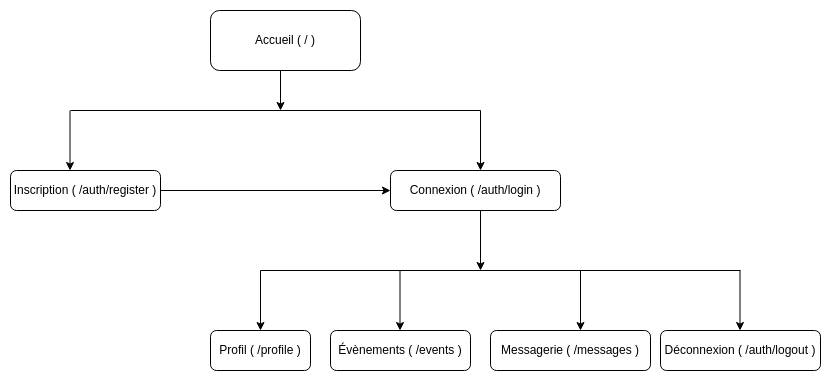
Before: conception/diagrams/routes_tree.png, a diagram exported from draw.io (LunaireFlare/orizon). Source tidied: cells renumbered, new cells last; positions are measured from the earlier drawing's top-left corner, leaving out a move shared by most shapes. Its diagram source:
```xml
<mxGraphModel background="#FFFFFF">
  <root>
    <mxCell id="0" />
    <mxCell id="1" parent="0" />
    <mxCell id="2" value="Accueil ( / )" style="rounded=1;whiteSpace=wrap;html=1;" parent="1" vertex="1">
      <mxGeometry x="200" width="150" height="60" as="geometry" />
    </mxCell>
    <mxCell id="3" style="endArrow=classic;html=1;rounded=0;exitX=0.5;exitY=1;exitDx=0;exitDy=0;" parent="1" edge="1">
      <mxGeometry relative="1" as="geometry">
        <mxPoint x="270" y="60" as="sourcePoint" />
        <mxPoint x="270" y="100" as="targetPoint" />
      </mxGeometry>
    </mxCell>
    <mxCell id="4" style="endArrow=none;html=1;rounded=0;" parent="1" edge="1">
      <mxGeometry relative="1" as="geometry">
        <mxPoint x="60" y="100" as="sourcePoint" />
        <mxPoint x="470" y="100" as="targetPoint" />
      </mxGeometry>
    </mxCell>
    <mxCell id="5" style="endArrow=classic;html=1;rounded=0;" parent="1" edge="1">
      <mxGeometry relative="1" as="geometry">
        <mxPoint x="59.5" y="100" as="sourcePoint" />
        <mxPoint x="59.5" y="160" as="targetPoint" />
      </mxGeometry>
    </mxCell>
    <mxCell id="6" style="endArrow=classic;html=1;rounded=0;" parent="1" edge="1">
      <mxGeometry relative="1" as="geometry">
        <mxPoint x="470" y="100" as="sourcePoint" />
        <mxPoint x="470" y="160" as="targetPoint" />
      </mxGeometry>
    </mxCell>
    <mxCell id="7" style="endArrow=classic;html=1;rounded=0;" parent="1" edge="1">
      <mxGeometry relative="1" as="geometry">
        <mxPoint x="570" y="260" as="sourcePoint" />
        <mxPoint x="570" y="320" as="targetPoint" />
      </mxGeometry>
    </mxCell>
    <mxCell id="8" value="Profil ( /profile )" style="rounded=1;whiteSpace=wrap;html=1;" parent="1" vertex="1">
      <mxGeometry x="200" y="320" width="100" height="40" as="geometry" />
    </mxCell>
    <mxCell id="9" value="Évènements ( /events )" style="rounded=1;whiteSpace=wrap;html=1;" parent="1" vertex="1">
      <mxGeometry x="320" y="320" width="140" height="40" as="geometry" />
    </mxCell>
    <mxCell id="10" value="Messagerie ( /messages )" style="rounded=1;whiteSpace=wrap;html=1;" parent="1" vertex="1">
      <mxGeometry x="480" y="320" width="160" height="40" as="geometry" />
    </mxCell>
    <mxCell id="11" style="endArrow=classic;html=1;rounded=0;" parent="1" edge="1">
      <mxGeometry relative="1" as="geometry">
        <mxPoint x="470" y="200" as="sourcePoint" />
        <mxPoint x="470" y="260" as="targetPoint" />
      </mxGeometry>
    </mxCell>
    <mxCell id="12" value="Connexion ( /auth/login )" style="rounded=1;whiteSpace=wrap;html=1;" parent="1" vertex="1">
      <mxGeometry x="380" y="160" width="170" height="40" as="geometry" />
    </mxCell>
    <mxCell id="13" value="Inscription ( /auth/register )" style="rounded=1;whiteSpace=wrap;html=1;" parent="1" vertex="1">
      <mxGeometry y="160" width="150" height="40" as="geometry" />
    </mxCell>
    <mxCell id="14" style="endArrow=classic;html=1;rounded=0;entryX=0;entryY=0.5;entryDx=0;entryDy=0;exitX=1;exitY=0.5;exitDx=0;exitDy=0;" parent="1" edge="1" source="13" target="12">
      <mxGeometry relative="1" as="geometry" />
    </mxCell>
    <mxCell id="15" value="Déconnexion ( /auth/logout )" style="rounded=1;whiteSpace=wrap;html=1;" parent="1" vertex="1">
      <mxGeometry x="650" y="320" width="160" height="40" as="geometry" />
    </mxCell>
    <mxCell id="16" style="edgeStyle=orthogonalEdgeStyle;rounded=0;orthogonalLoop=1;jettySize=auto;html=1;exitX=0.5;exitY=1;exitDx=0;exitDy=0;" parent="1" edge="1" source="8" target="8">
      <mxGeometry relative="1" as="geometry" />
    </mxCell>
    <mxCell id="17" style="endArrow=none;html=1;rounded=0;" parent="1" edge="1">
      <mxGeometry relative="1" as="geometry">
        <mxPoint x="250" y="260" as="sourcePoint" />
        <mxPoint x="730" y="260" as="targetPoint" />
      </mxGeometry>
    </mxCell>
    <mxCell id="18" style="endArrow=classic;html=1;rounded=0;" parent="1" edge="1">
      <mxGeometry relative="1" as="geometry">
        <mxPoint x="250" y="260" as="sourcePoint" />
        <mxPoint x="250" y="320" as="targetPoint" />
      </mxGeometry>
    </mxCell>
    <mxCell id="19" style="endArrow=classic;html=1;rounded=0;" parent="1" edge="1">
      <mxGeometry relative="1" as="geometry">
        <mxPoint x="389.5" y="260" as="sourcePoint" />
        <mxPoint x="389.5" y="320" as="targetPoint" />
      </mxGeometry>
    </mxCell>
    <mxCell id="20" style="endArrow=classic;html=1;rounded=0;" parent="1" edge="1">
      <mxGeometry relative="1" as="geometry">
        <mxPoint x="729.5" y="260" as="sourcePoint" />
        <mxPoint x="729.5" y="320" as="targetPoint" />
      </mxGeometry>
    </mxCell>
  </root>
</mxGraphModel>
```
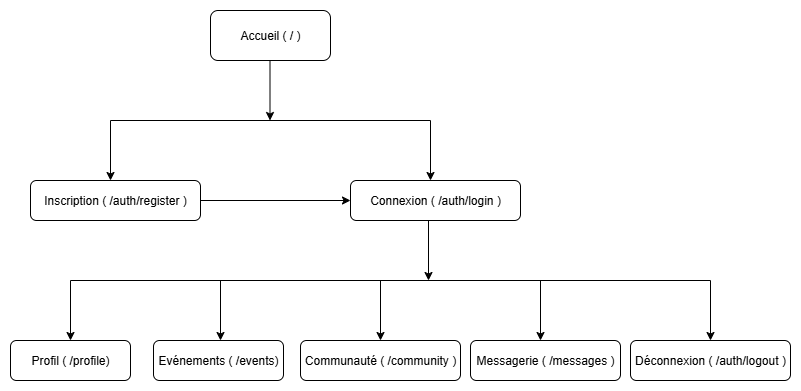
After the change.

Commit message:
docs : update routes_tree

What changed in the source:
```diff
@@ -1,93 +1,99 @@
-<mxGraphModel background="#FFFFFF">
+<mxGraphModel>
   <root>
     <mxCell id="0" />
     <mxCell id="1" parent="0" />
     <mxCell id="2" value="Accueil ( / )" style="rounded=1;whiteSpace=wrap;html=1;" parent="1" vertex="1">
-      <mxGeometry x="200" width="150" height="60" as="geometry" />
+      <mxGeometry x="370" y="90" width="120" height="50" as="geometry" />
     </mxCell>
-    <mxCell id="3" style="endArrow=classic;html=1;rounded=0;exitX=0.5;exitY=1;exitDx=0;exitDy=0;" parent="1" edge="1">
-      <mxGeometry relative="1" as="geometry">
-        <mxPoint x="270" y="60" as="sourcePoint" />
-        <mxPoint x="270" y="100" as="targetPoint" />
-      </mxGeometry>
-    </mxCell>
-    <mxCell id="4" style="endArrow=none;html=1;rounded=0;" parent="1" edge="1">
-      <mxGeometry relative="1" as="geometry">
-        <mxPoint x="60" y="100" as="sourcePoint" />
-        <mxPoint x="470" y="100" as="targetPoint" />
-      </mxGeometry>
-    </mxCell>
-    <mxCell id="5" style="endArrow=classic;html=1;rounded=0;" parent="1" edge="1">
-      <mxGeometry relative="1" as="geometry">
-        <mxPoint x="59.5" y="100" as="sourcePoint" />
-        <mxPoint x="59.5" y="160" as="targetPoint" />
-      </mxGeometry>
-    </mxCell>
-    <mxCell id="6" style="endArrow=classic;html=1;rounded=0;" parent="1" edge="1">
-      <mxGeometry relative="1" as="geometry">
-        <mxPoint x="470" y="100" as="sourcePoint" />
-        <mxPoint x="470" y="160" as="targetPoint" />
-      </mxGeometry>
-    </mxCell>
-    <mxCell id="7" style="endArrow=classic;html=1;rounded=0;" parent="1" edge="1">
-      <mxGeometry relative="1" as="geometry">
-        <mxPoint x="570" y="260" as="sourcePoint" />
-        <mxPoint x="570" y="320" as="targetPoint" />
-      </mxGeometry>
-    </mxCell>
-    <mxCell id="8" value="Profil ( /profile )" style="rounded=1;whiteSpace=wrap;html=1;" parent="1" vertex="1">
-      <mxGeometry x="200" y="320" width="100" height="40" as="geometry" />
-    </mxCell>
-    <mxCell id="9" value="Évènements ( /events )" style="rounded=1;whiteSpace=wrap;html=1;" parent="1" vertex="1">
-      <mxGeometry x="320" y="320" width="140" height="40" as="geometry" />
-    </mxCell>
+    <mxCell id="21" style="endArrow=classic;html=1;rounded=0;exitX=0.5;exitY=1;exitDx=0;exitDy=0;" parent="1" edge="1">
+      <mxGeometry relative="1" as="geometry">
+        <mxPoint x="429.5" y="140" as="sourcePoint" />
+        <mxPoint x="429.5" y="200" as="targetPoint" />
+      </mxGeometry>
+    </mxCell>
+    <mxCell id="22" style="endArrow=none;html=1;rounded=0;" parent="1" edge="1">
+      <mxGeometry relative="1" as="geometry">
+        <mxPoint x="270" y="200" as="sourcePoint" />
+        <mxPoint x="590" y="200" as="targetPoint" />
+      </mxGeometry>
+    </mxCell>
+    <mxCell id="23" style="endArrow=classic;html=1;rounded=0;" parent="1" edge="1">
+      <mxGeometry relative="1" as="geometry">
+        <mxPoint x="270" y="200" as="sourcePoint" />
+        <mxPoint x="270" y="260" as="targetPoint" />
+      </mxGeometry>
+    </mxCell>
+    <mxCell id="24" style="endArrow=classic;html=1;rounded=0;" parent="1" edge="1">
+      <mxGeometry relative="1" as="geometry">
+        <mxPoint x="590" y="200" as="sourcePoint" />
+        <mxPoint x="590" y="260" as="targetPoint" />
+      </mxGeometry>
+    </mxCell>
+    <mxCell id="13" value="Inscription ( /auth/register )" style="rounded=1;whiteSpace=wrap;html=1;" parent="1" vertex="1">
+      <mxGeometry x="190" y="260" width="170" height="40" as="geometry" />
+    </mxCell>
+    <mxCell id="12" value="Connexion ( /auth/login )" style="rounded=1;whiteSpace=wrap;html=1;" parent="1" vertex="1">
+      <mxGeometry x="510" y="260" width="170" height="40" as="geometry" />
+    </mxCell>
+    <mxCell id="14" style="endArrow=classic;html=1;rounded=0;exitX=1;exitY=0.5;exitDx=0;exitDy=0;entryX=0;entryY=0.5;entryDx=0;entryDy=0;" parent="1" edge="1" source="13" target="12">
+      <mxGeometry relative="1" as="geometry" />
+    </mxCell>
+    <mxCell id="25" style="endArrow=classic;html=1;rounded=0;" parent="1" edge="1">
+      <mxGeometry relative="1" as="geometry">
+        <mxPoint x="588" y="300" as="sourcePoint" />
+        <mxPoint x="588" y="360" as="targetPoint" />
+      </mxGeometry>
+    </mxCell>
+    <mxCell id="26" style="endArrow=none;html=1;rounded=0;" parent="1" edge="1">
+      <mxGeometry relative="1" as="geometry">
+        <mxPoint x="230" y="360" as="sourcePoint" />
+        <mxPoint x="870" y="360" as="targetPoint" />
+      </mxGeometry>
+    </mxCell>
+    <mxCell id="27" style="endArrow=classic;html=1;rounded=0;" parent="1" edge="1">
+      <mxGeometry relative="1" as="geometry">
+        <mxPoint x="230" y="360" as="sourcePoint" />
+        <mxPoint x="230" y="420" as="targetPoint" />
+      </mxGeometry>
+    </mxCell>
+    <mxCell id="28" style="endArrow=classic;html=1;rounded=0;" parent="1" edge="1">
+      <mxGeometry relative="1" as="geometry">
+        <mxPoint x="380" y="360" as="sourcePoint" />
+        <mxPoint x="380" y="420" as="targetPoint" />
+      </mxGeometry>
+    </mxCell>
+    <mxCell id="29" style="endArrow=classic;html=1;rounded=0;" parent="1" edge="1">
+      <mxGeometry relative="1" as="geometry">
+        <mxPoint x="540" y="360" as="sourcePoint" />
+        <mxPoint x="540" y="420" as="targetPoint" />
+      </mxGeometry>
+    </mxCell>
+    <mxCell id="30" style="endArrow=classic;html=1;rounded=0;" parent="1" edge="1">
+      <mxGeometry relative="1" as="geometry">
+        <mxPoint x="700" y="360" as="sourcePoint" />
+        <mxPoint x="700" y="420" as="targetPoint" />
+      </mxGeometry>
+    </mxCell>
+    <mxCell id="31" style="endArrow=classic;html=1;rounded=0;" parent="1" edge="1">
+      <mxGeometry relative="1" as="geometry">
+        <mxPoint x="870" y="360" as="sourcePoint" />
+        <mxPoint x="870" y="420" as="targetPoint" />
+      </mxGeometry>
+    </mxCell>
+    <mxCell id="32" value="Profi&lt;span style=&quot;color: rgba(0, 0, 0, 0); font-family: monospace; font-size: 0px; text-align: start; text-wrap-mode: nowrap;&quot;&gt;%3CmxGraphModel%3E%3Croot%3E%3CmxCell%20id%3D%220%22%2F%3E%3CmxCell%20id%3D%221%22%20parent%3D%220%22%2F%3E%3CmxCell%20id%3D%222%22%20value%3D%22Inscription%20(%20%2Fauth%2Fregister%20)%22%20style%3D%22rounded%3D1%3BwhiteSpace%3Dwrap%3Bhtml%3D1%3B%22%20vertex%3D%221%22%20parent%3D%221%22%3E%3CmxGeometry%20x%3D%22160%22%20y%3D%22280%22%20width%3D%22170%22%20height%3D%2240%22%20as%3D%22geometry%22%2F%3E%3C%2FmxCell%3E%3C%2Froot%3E%3C%2FmxGraphModel%3E&lt;/span&gt;l ( /profile)" style="rounded=1;whiteSpace=wrap;html=1;" parent="1" vertex="1">
+      <mxGeometry x="170" y="420" width="120" height="40" as="geometry" />
+    </mxCell>
+    <mxCell id="33" value="Evénements ( /events)" style="rounded=1;whiteSpace=wrap;html=1;" parent="1" vertex="1">
+      <mxGeometry x="313" y="420" width="130" height="40" as="geometry" />
+    </mxCell>
     <mxCell id="10" value="Messagerie ( /messages )" style="rounded=1;whiteSpace=wrap;html=1;" parent="1" vertex="1">
-      <mxGeometry x="480" y="320" width="160" height="40" as="geometry" />
+      <mxGeometry x="630" y="420" width="150" height="40" as="geometry" />
     </mxCell>
-    <mxCell id="11" style="endArrow=classic;html=1;rounded=0;" parent="1" edge="1">
-      <mxGeometry relative="1" as="geometry">
-        <mxPoint x="470" y="200" as="sourcePoint" />
-        <mxPoint x="470" y="260" as="targetPoint" />
-      </mxGeometry>
-    </mxCell>
-    <mxCell id="12" value="Connexion ( /auth/login )" style="rounded=1;whiteSpace=wrap;html=1;" parent="1" vertex="1">
-      <mxGeometry x="380" y="160" width="170" height="40" as="geometry" />
-    </mxCell>
-    <mxCell id="13" value="Inscription ( /auth/register )" style="rounded=1;whiteSpace=wrap;html=1;" parent="1" vertex="1">
-      <mxGeometry y="160" width="150" height="40" as="geometry" />
-    </mxCell>
-    <mxCell id="14" style="endArrow=classic;html=1;rounded=0;entryX=0;entryY=0.5;entryDx=0;entryDy=0;exitX=1;exitY=0.5;exitDx=0;exitDy=0;" parent="1" edge="1" source="13" target="12">
-      <mxGeometry relative="1" as="geometry" />
-    </mxCell>
+    <mxCell id="34" value="Communauté ( /community )" style="rounded=1;whiteSpace=wrap;html=1;" parent="1" vertex="1">
+      <mxGeometry x="460" y="420" width="160" height="40" as="geometry" />
+    </mxCell>
     <mxCell id="15" value="Déconnexion ( /auth/logout )" style="rounded=1;whiteSpace=wrap;html=1;" parent="1" vertex="1">
-      <mxGeometry x="650" y="320" width="160" height="40" as="geometry" />
+      <mxGeometry x="790" y="420" width="160" height="40" as="geometry" />
     </mxCell>
-    <mxCell id="16" style="edgeStyle=orthogonalEdgeStyle;rounded=0;orthogonalLoop=1;jettySize=auto;html=1;exitX=0.5;exitY=1;exitDx=0;exitDy=0;" parent="1" edge="1" source="8" target="8">
-      <mxGeometry relative="1" as="geometry" />
-    </mxCell>
-    <mxCell id="17" style="endArrow=none;html=1;rounded=0;" parent="1" edge="1">
-      <mxGeometry relative="1" as="geometry">
-        <mxPoint x="250" y="260" as="sourcePoint" />
-        <mxPoint x="730" y="260" as="targetPoint" />
-      </mxGeometry>
-    </mxCell>
-    <mxCell id="18" style="endArrow=classic;html=1;rounded=0;" parent="1" edge="1">
-      <mxGeometry relative="1" as="geometry">
-        <mxPoint x="250" y="260" as="sourcePoint" />
-        <mxPoint x="250" y="320" as="targetPoint" />
-      </mxGeometry>
-    </mxCell>
-    <mxCell id="19" style="endArrow=classic;html=1;rounded=0;" parent="1" edge="1">
-      <mxGeometry relative="1" as="geometry">
-        <mxPoint x="389.5" y="260" as="sourcePoint" />
-        <mxPoint x="389.5" y="320" as="targetPoint" />
-      </mxGeometry>
-    </mxCell>
-    <mxCell id="20" style="endArrow=classic;html=1;rounded=0;" parent="1" edge="1">
-      <mxGeometry relative="1" as="geometry">
-        <mxPoint x="729.5" y="260" as="sourcePoint" />
-        <mxPoint x="729.5" y="320" as="targetPoint" />
-      </mxGeometry>
-    </mxCell>
   </root>
 </mxGraphModel>
```
